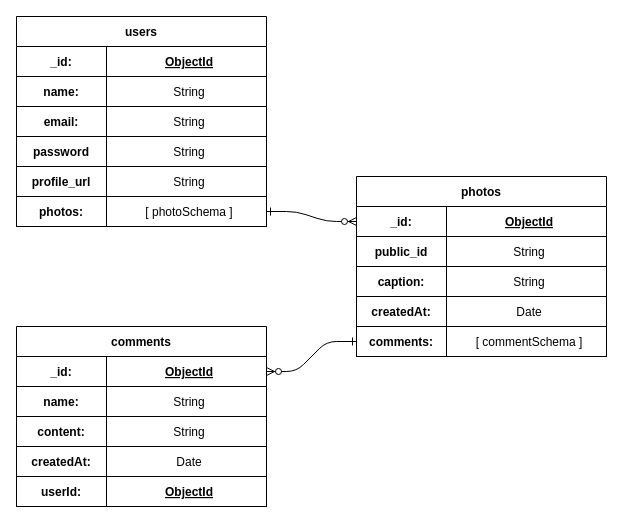
Before: Untitled Diagram.drawio in philjang/sf-upstream, a draw.io diagram. Source tidied: cells renumbered, new cells numbered last; positions are measured from the earlier drawing's top-left corner, leaving out a move shared by most shapes. Both pictures are drawn from the tidied source at 100%, with x=0, y=0 at pixel (16, 16).
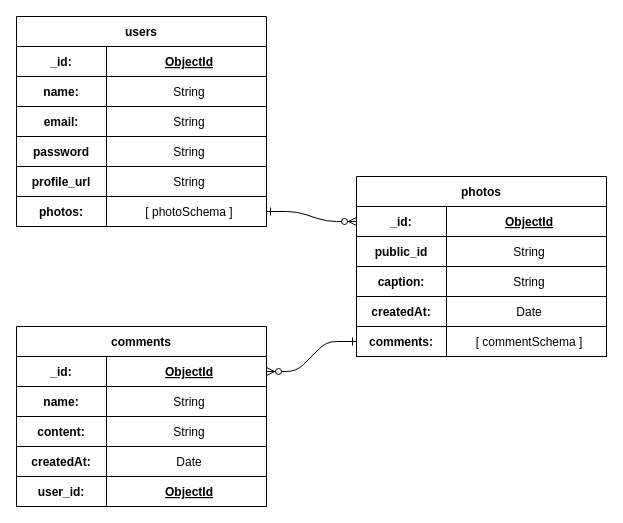
The same page after the edit.

Unchanged cells that the change refers to:
```xml
<mxCell id="51" style="shape=tableRow;horizontal=0;startSize=0;swimlaneHead=0;swimlaneBody=0;fillColor=none;top=0;left=0;right=0;bottom=1;" parent="38" vertex="1">
  <mxGeometry y="150" width="250" height="30" as="geometry" />
</mxCell>
```

The edit, as a diff of the source:
```diff
@@
-    <mxCell id="52" value="userId:" style="shape=partialRectangle;fillColor=none;top=0;left=0;bottom=0;right=0;fontStyle=1;overflow=hidden;" parent="51" vertex="1">
+    <mxCell id="52" value="user_id:" style="shape=partialRectangle;fillColor=none;top=0;left=0;bottom=0;right=0;fontStyle=1;overflow=hidden;" parent="51" vertex="1">
       <mxGeometry width="90" height="30" as="geometry" />
     </mxCell>
```
